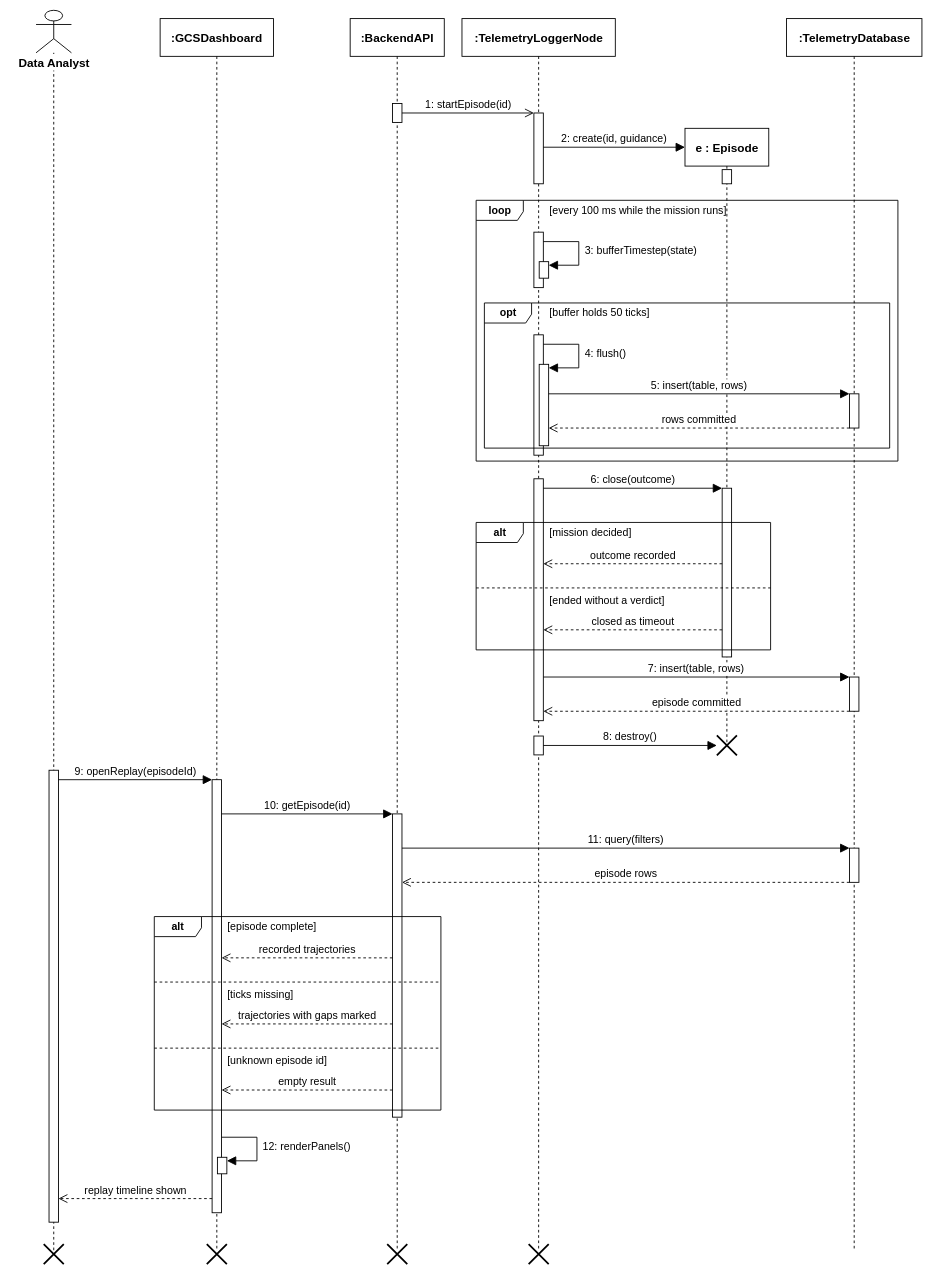
Earlier version of the draw.io diagram 16_sequence_logging_replay.drawio (syedmohammad611/diagrams). Source tidied: cells renumbered, new cells numbered last; positions are measured from the earlier drawing's top-left corner, leaving out a move shared by most shapes. Both pictures are drawn from the tidied source at 59%, with x=0, y=0 at pixel (10, 10).
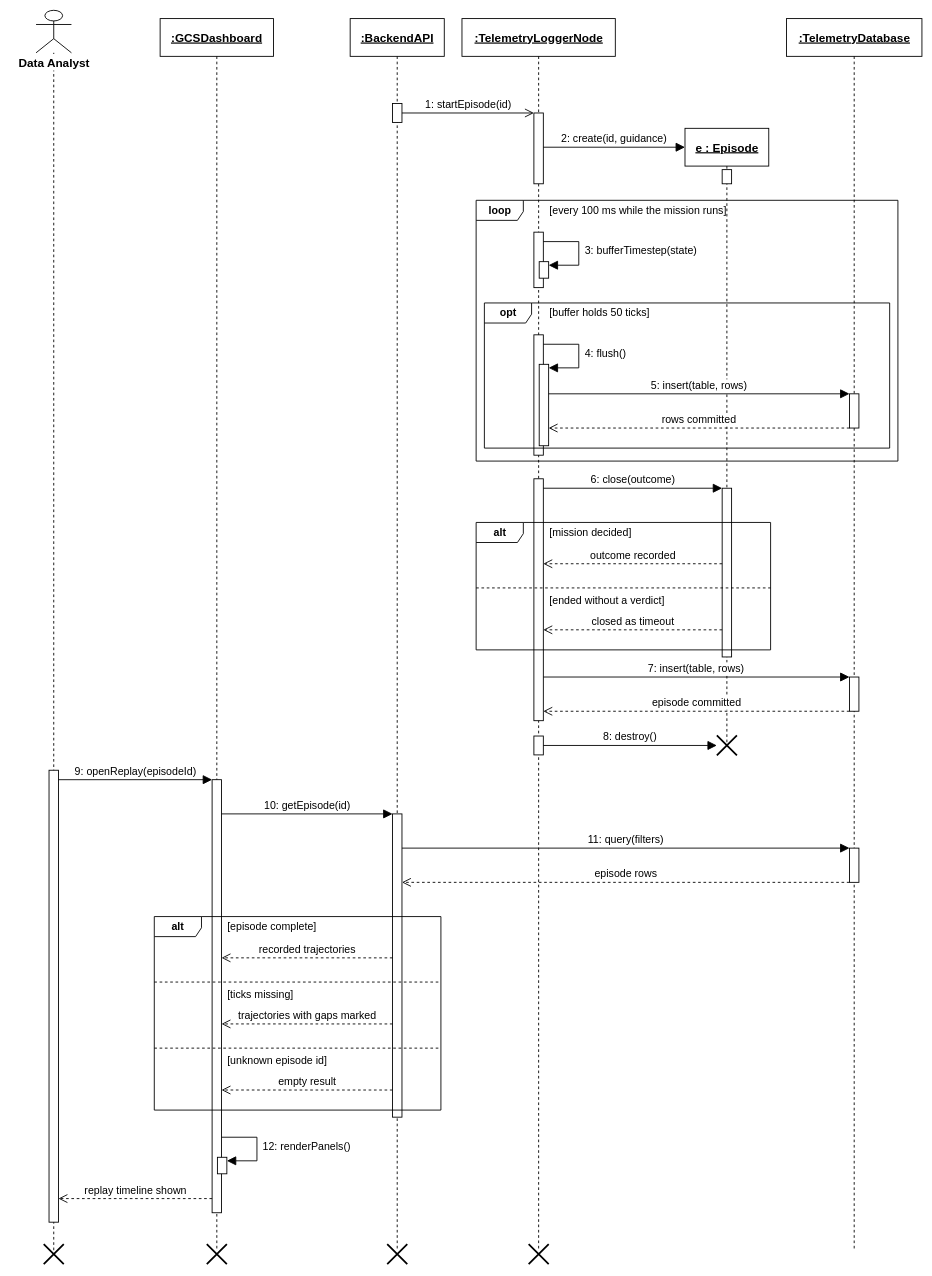
The same diagram, later.

The edit, as a diff of the source:
```diff
@@
-    <mxCell id="5" value=":GCSDashboard" style="shape=umlLifeline;perimeter=lifelinePerimeter;whiteSpace=wrap;html=1;newEdgeStyle={&quot;edgeStyle&quot;:&quot;elbowEdgeStyle&quot;,&quot;elbow&quot;:&quot;vertical&quot;,&quot;curved&quot;:0,&quot;rounded&quot;:0};fillColor=none;strokeColor=#000000;strokeWidth=1.5;fontFamily=Helvetica;fontColor=#000000;fontSize=20;fontStyle=1;size=64;" parent="1" vertex="1">
+    <mxCell id="5" value=":GCSDashboard" style="shape=umlLifeline;perimeter=lifelinePerimeter;whiteSpace=wrap;html=1;newEdgeStyle={&quot;edgeStyle&quot;:&quot;elbowEdgeStyle&quot;,&quot;elbow&quot;:&quot;vertical&quot;,&quot;curved&quot;:0,&quot;rounded&quot;:0};fillColor=none;strokeColor=#000000;strokeWidth=1.5;fontFamily=Helvetica;fontColor=#000000;fontSize=20;fontStyle=5;size=64;" parent="1" vertex="1">
       <mxGeometry x="253.9" y="14" width="192.2" height="2088" as="geometry" />
     </mxCell>
@@
-    <mxCell id="8" value=":BackendAPI" style="shape=umlLifeline;perimeter=lifelinePerimeter;whiteSpace=wrap;html=1;newEdgeStyle={&quot;edgeStyle&quot;:&quot;elbowEdgeStyle&quot;,&quot;elbow&quot;:&quot;vertical&quot;,&quot;curved&quot;:0,&quot;rounded&quot;:0};fillColor=none;strokeColor=#000000;strokeWidth=1.5;fontFamily=Helvetica;fontColor=#000000;fontSize=20;fontStyle=1;size=64;" parent="1" vertex="1">
+    <mxCell id="8" value=":BackendAPI" style="shape=umlLifeline;perimeter=lifelinePerimeter;whiteSpace=wrap;html=1;newEdgeStyle={&quot;edgeStyle&quot;:&quot;elbowEdgeStyle&quot;,&quot;elbow&quot;:&quot;vertical&quot;,&quot;curved&quot;:0,&quot;rounded&quot;:0};fillColor=none;strokeColor=#000000;strokeWidth=1.5;fontFamily=Helvetica;fontColor=#000000;fontSize=20;fontStyle=5;size=64;" parent="1" vertex="1">
       <mxGeometry x="576" y="14" width="159.5" height="2088" as="geometry" />
     </mxCell>
@@
-    <mxCell id="11" value=":TelemetryLoggerNode" style="shape=umlLifeline;perimeter=lifelinePerimeter;whiteSpace=wrap;html=1;newEdgeStyle={&quot;edgeStyle&quot;:&quot;elbowEdgeStyle&quot;,&quot;elbow&quot;:&quot;vertical&quot;,&quot;curved&quot;:0,&quot;rounded&quot;:0};fillColor=none;strokeColor=#000000;strokeWidth=1.5;fontFamily=Helvetica;fontColor=#000000;fontSize=20;fontStyle=1;size=64;" parent="1" vertex="1">
+    <mxCell id="11" value=":TelemetryLoggerNode" style="shape=umlLifeline;perimeter=lifelinePerimeter;whiteSpace=wrap;html=1;newEdgeStyle={&quot;edgeStyle&quot;:&quot;elbowEdgeStyle&quot;,&quot;elbow&quot;:&quot;vertical&quot;,&quot;curved&quot;:0,&quot;rounded&quot;:0};fillColor=none;strokeColor=#000000;strokeWidth=1.5;fontFamily=Helvetica;fontColor=#000000;fontSize=20;fontStyle=5;size=64;" parent="1" vertex="1">
       <mxGeometry x="765.5" y="14" width="259.9" height="2088" as="geometry" />
     </mxCell>
@@
-    <mxCell id="19" value="e : Episode" style="shape=umlLifeline;perimeter=lifelinePerimeter;whiteSpace=wrap;html=1;outlineConnect=0;portConstraint=eastwest;newEdgeStyle={&quot;edgeStyle&quot;:&quot;elbowEdgeStyle&quot;,&quot;elbow&quot;:&quot;vertical&quot;,&quot;curved&quot;:0,&quot;rounded&quot;:0};fillColor=none;strokeColor=#000000;strokeWidth=1.5;fontFamily=Helvetica;fontColor=#000000;fontSize=20;fontStyle=1;size=64;" parent="1" vertex="1">
+    <mxCell id="19" value="e : Episode" style="shape=umlLifeline;perimeter=lifelinePerimeter;whiteSpace=wrap;html=1;outlineConnect=0;portConstraint=eastwest;newEdgeStyle={&quot;edgeStyle&quot;:&quot;elbowEdgeStyle&quot;,&quot;elbow&quot;:&quot;vertical&quot;,&quot;curved&quot;:0,&quot;rounded&quot;:0};fillColor=none;strokeColor=#000000;strokeWidth=1.5;fontFamily=Helvetica;fontColor=#000000;fontSize=20;fontStyle=5;size=64;" parent="1" vertex="1">
       <mxGeometry x="1143.5" y="200" width="142" height="1046" as="geometry" />
     </mxCell>
@@
-    <mxCell id="23" value=":TelemetryDatabase" style="shape=umlLifeline;perimeter=lifelinePerimeter;whiteSpace=wrap;html=1;newEdgeStyle={&quot;edgeStyle&quot;:&quot;elbowEdgeStyle&quot;,&quot;elbow&quot;:&quot;vertical&quot;,&quot;curved&quot;:0,&quot;rounded&quot;:0};fillColor=none;strokeColor=#000000;strokeWidth=1.5;fontFamily=Helvetica;fontColor=#000000;fontSize=20;fontStyle=1;size=64;" parent="1" vertex="1">
+    <mxCell id="23" value=":TelemetryDatabase" style="shape=umlLifeline;perimeter=lifelinePerimeter;whiteSpace=wrap;html=1;newEdgeStyle={&quot;edgeStyle&quot;:&quot;elbowEdgeStyle&quot;,&quot;elbow&quot;:&quot;vertical&quot;,&quot;curved&quot;:0,&quot;rounded&quot;:0};fillColor=none;strokeColor=#000000;strokeWidth=1.5;fontFamily=Helvetica;fontColor=#000000;fontSize=20;fontStyle=5;size=64;" parent="1" vertex="1">
       <mxGeometry x="1315.5" y="14" width="229.6" height="2088" as="geometry" />
     </mxCell>
```
